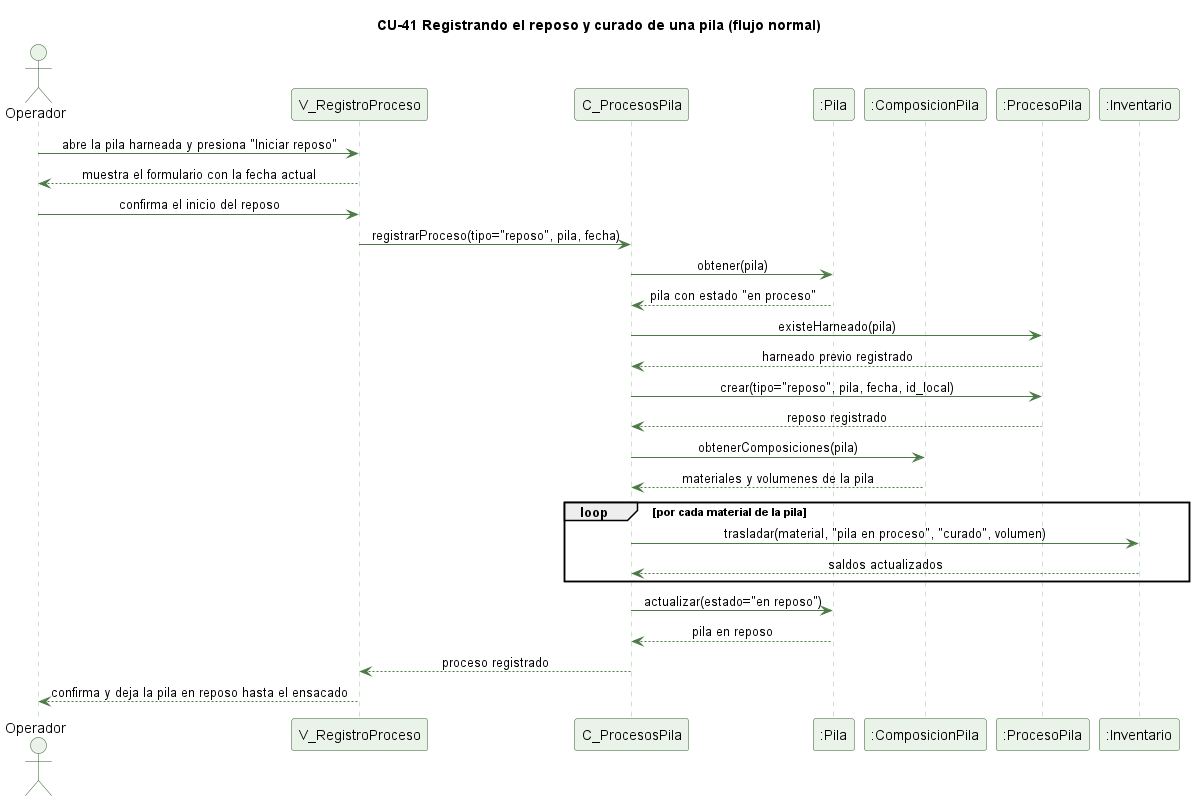
The PlantUML diagram docs/trabajo-grupal/diagramas/secuencias/cu41-reposo-normal.png in kenjikaese/Triverde, before a commit.
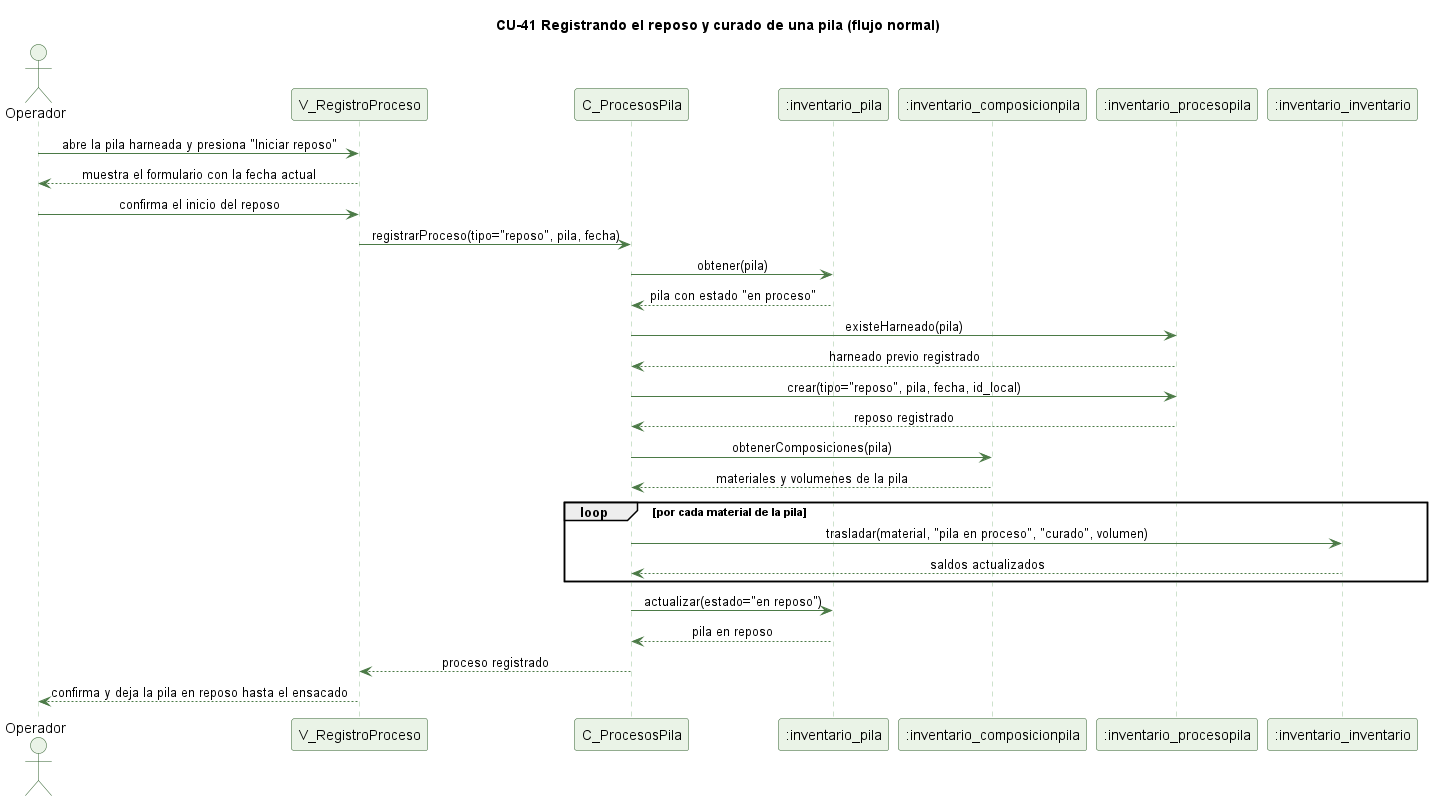
After the commit.

The edit, as a diff of the source:
```diff
@@ -15,10 +15,10 @@
 actor Operador
 participant "V_RegistroProceso" as V
 participant "C_ProcesosPila" as C
-participant ":Pila" as P
-participant ":ComposicionPila" as CP
-participant ":ProcesoPila" as PP
-participant ":Inventario" as I
+participant ":inventario_pila" as P
+participant ":inventario_composicionpila" as CP
+participant ":inventario_procesopila" as PP
+participant ":inventario_inventario" as I
 
 Operador -> V : abre la pila harneada y presiona "Iniciar reposo"
 V --> Operador : muestra el formulario con la fecha actual
```
